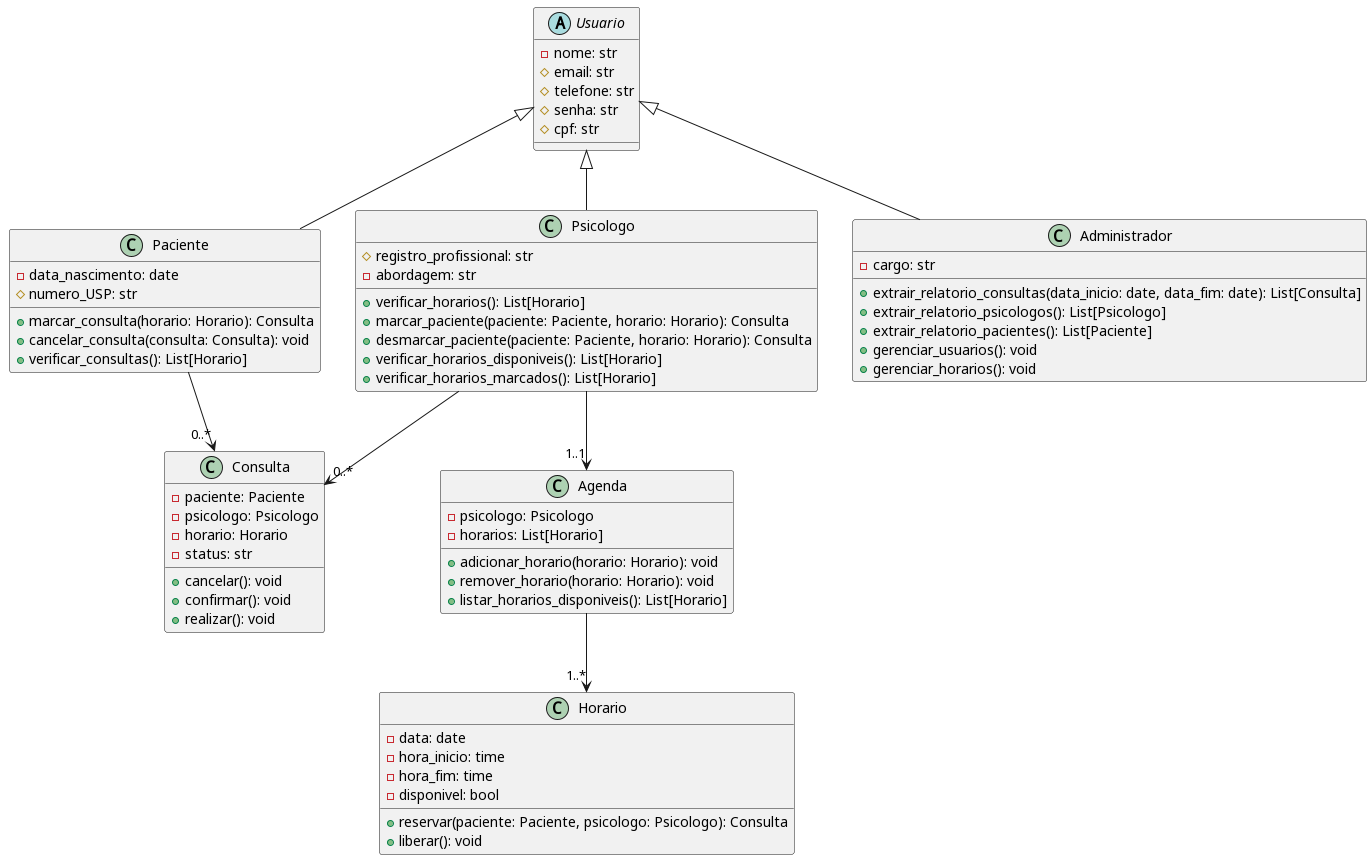
Above: out/classes/classes.png in catarinamoreiralima/apoo (PlantUML), before the change. The source it was exported from:
```plantuml
@startuml

abstract class Usuario {
  - nome: str
  # email: str
  # telefone: str
  # senha: str
  # cpf: str
}

class Paciente {
  - data_nascimento: date
  # numero_USP: str
  + marcar_consulta(horario: Horario): Consulta
  + cancelar_consulta(consulta: Consulta): void
  + verificar_consultas(): List[Horario]
}

class Psicologo {
  # registro_profissional: str
  - abordagem: str
  + verificar_horarios(): List[Horario]
  + marcar_paciente(paciente: Paciente, horario: Horario): Consulta
  + desmarcar_paciente(paciente: Paciente, horario: Horario): Consulta
  + verificar_horarios_disponiveis(): List[Horario]
  + verificar_horarios_marcados(): List[Horario]
}

class Consulta {
  - paciente: Paciente
  - psicologo: Psicologo
  - horario: Horario
  - status: str
  + cancelar(): void
  + confirmar(): void
  + realizar(): void
}

class Horario {
  - data: date
  - hora_inicio: time
  - hora_fim: time
  - disponivel: bool
  + reservar(paciente: Paciente, psicologo: Psicologo): Consulta
  + liberar(): void
}

class Agenda {
  - psicologo: Psicologo
  - horarios: List[Horario]
  + adicionar_horario(horario: Horario): void
  + remover_horario(horario: Horario): void
  + listar_horarios_disponiveis(): List[Horario]
}

class Administrador {
  - cargo: str
  + extrair_relatorio_consultas(data_inicio: date, data_fim: date): List[Consulta]
  + extrair_relatorio_psicologos(): List[Psicologo]
  + extrair_relatorio_pacientes(): List[Paciente]
  + gerenciar_usuarios(): void
  + gerenciar_horarios(): void
}

Usuario <|-- Paciente
Usuario <|-- Psicologo
Usuario <|-- Administrador
Paciente --> "0..*" Consulta
Psicologo --> "0..*" Consulta
Psicologo --> "1..1" Agenda
Agenda --> "1..*" Horario


@enduml
```
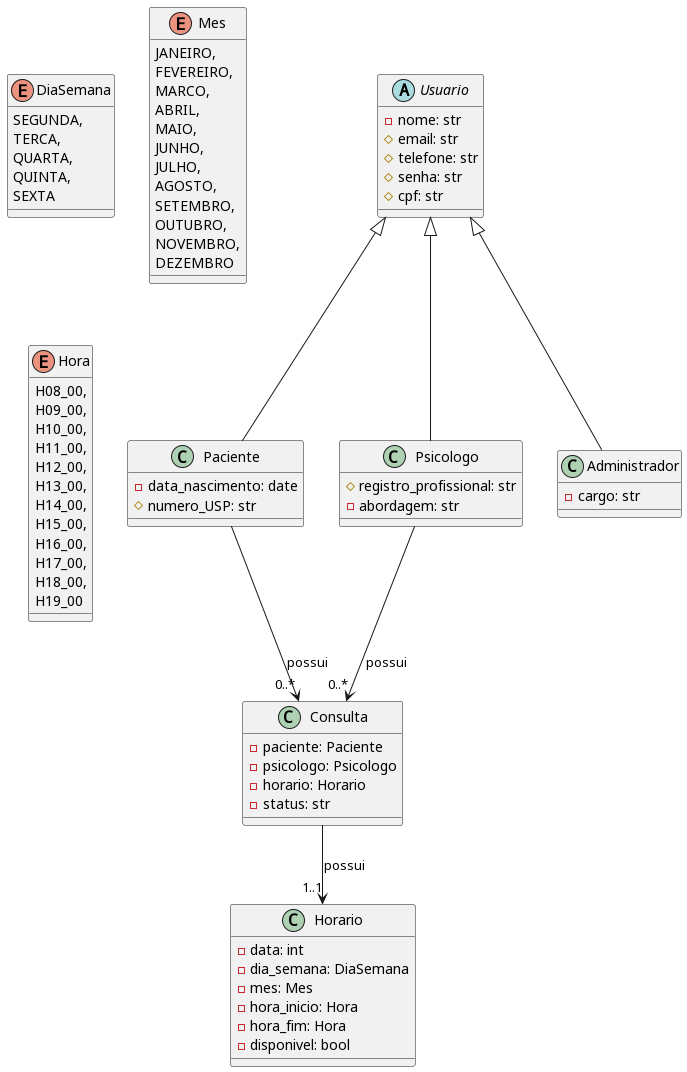
The same file after the commit.

Commit message:
verbo no iagrama de classes

What changed in the source:
```diff
@@ -1,4 +1,4 @@
-@startuml
+@startuml classes
 
 abstract class Usuario {
   - nome: str
@@ -8,22 +8,16 @@
   # cpf: str
 }
 
+
 class Paciente {
   - data_nascimento: date
   # numero_USP: str
-  + marcar_consulta(horario: Horario): Consulta
-  + cancelar_consulta(consulta: Consulta): void
-  + verificar_consultas(): List[Horario]
+
 }
 
 class Psicologo {
   # registro_profissional: str
   - abordagem: str
-  + verificar_horarios(): List[Horario]
-  + marcar_paciente(paciente: Paciente, horario: Horario): Consulta
-  + desmarcar_paciente(paciente: Paciente, horario: Horario): Consulta
-  + verificar_horarios_disponiveis(): List[Horario]
-  + verificar_horarios_marcados(): List[Horario]
 }
 
 class Consulta {
@@ -31,44 +25,65 @@
   - psicologo: Psicologo
   - horario: Horario
   - status: str
-  + cancelar(): void
-  + confirmar(): void
-  + realizar(): void
 }
 
 class Horario {
-  - data: date
-  - hora_inicio: time
-  - hora_fim: time
+  - data: int
+  - dia_semana: DiaSemana
+  - mes: Mes
+  - hora_inicio: Hora
+  - hora_fim: Hora
   - disponivel: bool
-  + reservar(paciente: Paciente, psicologo: Psicologo): Consulta
-  + liberar(): void
+
 }
 
-class Agenda {
-  - psicologo: Psicologo
-  - horarios: List[Horario]
-  + adicionar_horario(horario: Horario): void
-  + remover_horario(horario: Horario): void
-  + listar_horarios_disponiveis(): List[Horario]
+enum DiaSemana {
+  SEGUNDA,
+  TERCA,
+  QUARTA,
+  QUINTA,
+  SEXTA
+}
+
+enum Mes {
+  JANEIRO,
+  FEVEREIRO,
+  MARCO,
+  ABRIL,
+  MAIO,
+  JUNHO,
+  JULHO,
+  AGOSTO,
+  SETEMBRO,
+  OUTUBRO,
+  NOVEMBRO,
+  DEZEMBRO
+}
+
+enum Hora {
+  H08_00,
+  H09_00,
+  H10_00,
+  H11_00,
+  H12_00,
+  H13_00,
+  H14_00,
+  H15_00,
+  H16_00,
+  H17_00,
+  H18_00,
+  H19_00
 }
 
 class Administrador {
   - cargo: str
-  + extrair_relatorio_consultas(data_inicio: date, data_fim: date): List[Consulta]
-  + extrair_relatorio_psicologos(): List[Psicologo]
-  + extrair_relatorio_pacientes(): List[Paciente]
-  + gerenciar_usuarios(): void
-  + gerenciar_horarios(): void
 }
 
 Usuario <|-- Paciente
 Usuario <|-- Psicologo
 Usuario <|-- Administrador
-Paciente --> "0..*" Consulta
-Psicologo --> "0..*" Consulta
-Psicologo --> "1..1" Agenda
-Agenda --> "1..*" Horario
-
+Paciente --> "0..*" Consulta : possui
+Psicologo --> "0..*" Consulta : possui
+Consulta --> "1..1" Horario : possui
 
 @enduml
```
